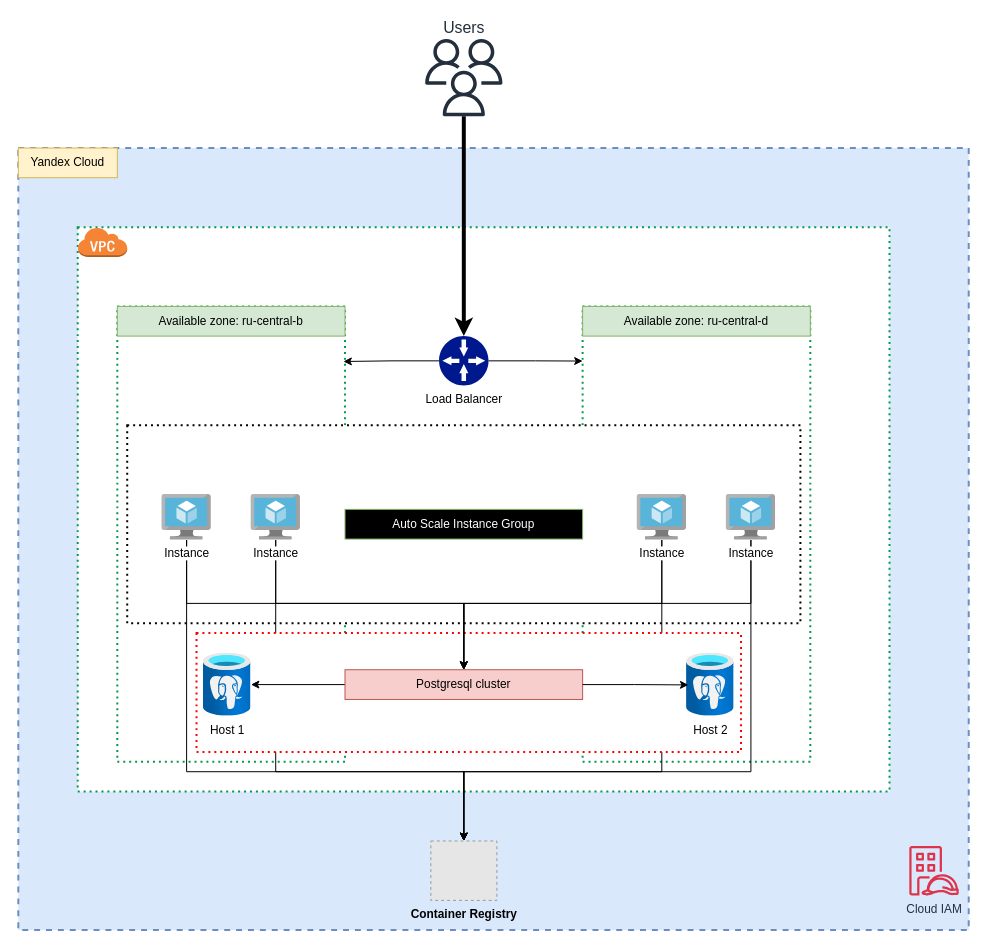
Above: project/Schema.drawio in Torenok/OTUS_Labs (draw.io), before the change. Source tidied: cells renumbered, new cells numbered last; positions are measured from the earlier drawing's top-left corner, leaving out a move shared by most shapes. Both pictures are drawn from the tidied source at 99%, with x=0, y=0 at pixel (18, 39). Pictures stored in the file or linked from it are replaced by grey dashed boxes.
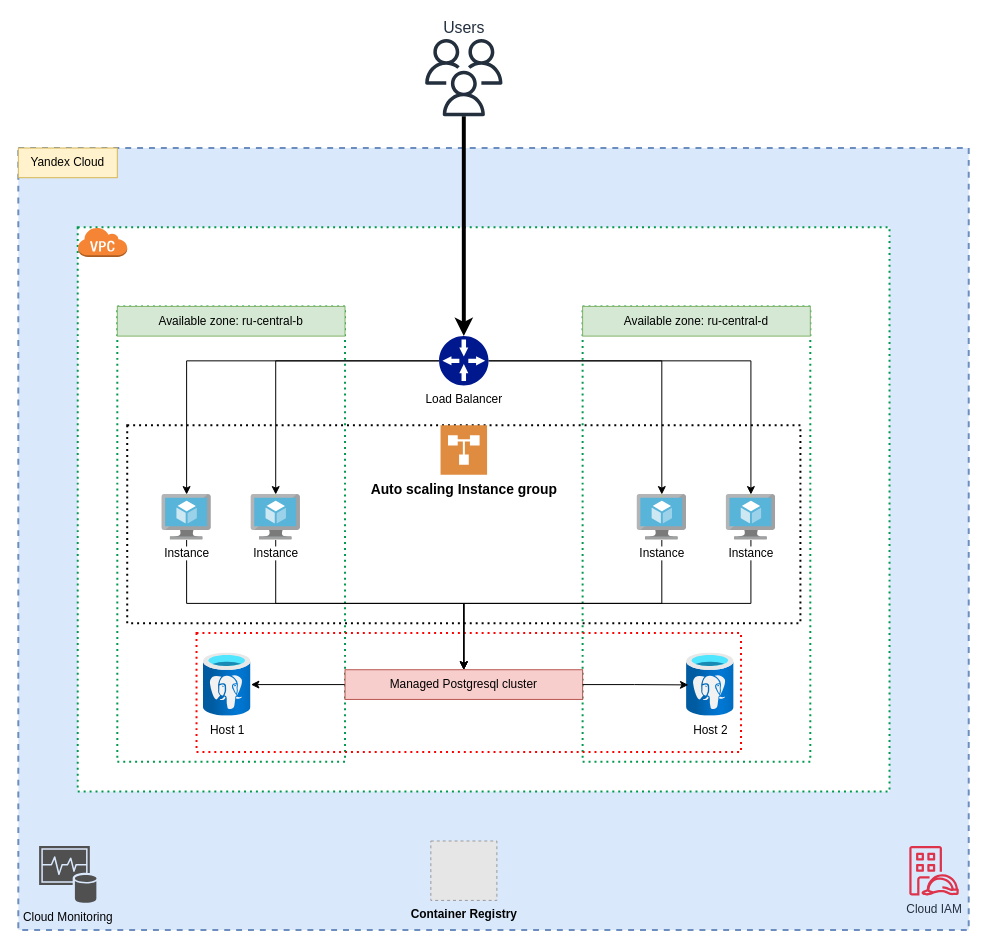
The same diagram, later.

The change refers to these unchanged cells:
```xml
<mxCell id="6" value="Load Balancer" style="shadow=0;dashed=0;html=1;strokeColor=none;labelPosition=center;verticalLabelPosition=bottom;verticalAlign=top;align=center;fillColor=#00188D;shape=mxgraph.mscae.enterprise.gateway;" parent="1" vertex="1">
  <mxGeometry x="425" y="300" width="50" height="50" as="geometry" />
</mxCell>
<mxCell id="19" value="&lt;b style=&quot;border-color: var(--border-color);&quot;&gt;Container Registry&lt;/b&gt;" style="fillColor=#E6E6E6;strokeColor=#999999;dashed=1;html=1;verticalLabelPosition=bottom;labelBackgroundColor=none;verticalAlign=top;" parent="1" vertex="1">
  <mxGeometry x="416.7" y="810" width="66.7" height="60" as="geometry" />
</mxCell>
<mxCell id="30" value="Instance" style="image;html=1;points=[];align=center;fontSize=12;image=img/lib/mscae/Virtual_Machine.svg;" parent="1" vertex="1">
  <mxGeometry x="625" y="460" width="50" height="46" as="geometry" />
</mxCell>
<mxCell id="31" value="Instance" style="image;html=1;points=[];align=center;fontSize=12;image=img/lib/mscae/Virtual_Machine.svg;" parent="1" vertex="1">
  <mxGeometry x="715" y="460" width="50" height="46" as="geometry" />
</mxCell>
<mxCell id="32" value="Instance" style="image;html=1;points=[];align=center;fontSize=12;image=img/lib/mscae/Virtual_Machine.svg;" parent="1" vertex="1">
  <mxGeometry x="235" y="460" width="50" height="46" as="geometry" />
</mxCell>
<mxCell id="33" value="Instance" style="image;html=1;points=[];align=center;fontSize=12;image=img/lib/mscae/Virtual_Machine.svg;" parent="1" vertex="1">
  <mxGeometry x="145" y="460" width="50" height="46" as="geometry" />
</mxCell>
```

Diff of the diagram source:
```diff
@@
-    <mxCell id="4" style="rounded=0;whiteSpace=wrap;html=1;dashed=1;dashPattern=1 2;strokeColor=#00994D;align=left;strokeWidth=2;" parent="1" vertex="1">
+    <mxCell id="4" style="rounded=0;whiteSpace=wrap;html=1;dashed=1;dashPattern=1 2;strokeColor=#00994D;align=left;strokeWidth=2;fillColor=none;" parent="1" vertex="1">
       <mxGeometry x="570" y="270" width="230" height="460" as="geometry" />
     </mxCell>
@@
+    <mxCell id="37" style="edgeStyle=orthogonalEdgeStyle;rounded=0;jettySize=auto;html=1;" parent="1" edge="1" source="6" target="33">
+      <mxGeometry relative="1" as="geometry" />
+    </mxCell>
+    <mxCell id="38" style="edgeStyle=orthogonalEdgeStyle;rounded=0;jettySize=auto;html=1;" parent="1" edge="1" source="6" target="31">
+      <mxGeometry relative="1" as="geometry" />
+    </mxCell>
@@
-    <mxCell id="8" style="rounded=0;whiteSpace=wrap;html=1;dashed=1;dashPattern=1 2;strokeColor=#00994D;align=left;strokeWidth=2;" parent="1" vertex="1">
+    <mxCell id="8" style="rounded=0;whiteSpace=wrap;html=1;dashed=1;dashPattern=1 2;strokeColor=#00994D;align=left;strokeWidth=2;fixDash=0;fillColor=none;" parent="1" vertex="1">
       <mxGeometry x="100" y="270" width="230" height="460" as="geometry" />
     </mxCell>
@@
-    <mxCell id="10" style="rounded=0;whiteSpace=wrap;html=1;fillStyle=auto;dashed=1;dashPattern=1 2;strokeWidth=2;" parent="1" vertex="1">
+    <mxCell id="10" style="rounded=0;whiteSpace=wrap;html=1;fillStyle=auto;dashed=1;dashPattern=1 2;strokeWidth=2;noLabel=0;fillColor=none;" parent="1" vertex="1">
       <mxGeometry x="110" y="390" width="680" height="200" as="geometry" />
     </mxCell>
@@
-    <mxCell id="12" style="edgeStyle=orthogonalEdgeStyle;rounded=0;jettySize=auto;html=1;" parent="1" edge="1" source="31" target="19">
-      <mxGeometry relative="1" as="geometry">
-        <Array as="points">
-          <mxPoint x="740" y="740" />
-          <mxPoint x="450" y="740" />
-        </Array>
-      </mxGeometry>
-    </mxCell>
-    <mxCell id="13" style="edgeStyle=orthogonalEdgeStyle;rounded=0;jettySize=auto;html=1;" parent="1" edge="1" source="30" target="19">
-      <mxGeometry relative="1" as="geometry">
-        <Array as="points">
-          <mxPoint x="650" y="740" />
-          <mxPoint x="450" y="740" />
-        </Array>
-      </mxGeometry>
-    </mxCell>
-    <mxCell id="14" style="edgeStyle=orthogonalEdgeStyle;rounded=0;jettySize=auto;html=1;entryX=0.5;entryY=0;entryDx=0;entryDy=0;" parent="1" edge="1" source="32" target="19">
-      <mxGeometry relative="1" as="geometry">
-        <Array as="points">
-          <mxPoint x="260" y="740" />
-          <mxPoint x="450" y="740" />
-        </Array>
-      </mxGeometry>
-    </mxCell>
-    <mxCell id="15" style="edgeStyle=orthogonalEdgeStyle;rounded=0;jettySize=auto;html=1;" parent="1" edge="1" source="33" target="19">
-      <mxGeometry relative="1" as="geometry">
-        <Array as="points">
-          <mxPoint x="170" y="740" />
-          <mxPoint x="450" y="740" />
-        </Array>
-      </mxGeometry>
-    </mxCell>
-    <mxCell id="16" value="Auto Scale Instance Group" style="text;html=1;strokeColor=#82b366;fillColor=#000000;align=center;verticalAlign=middle;whiteSpace=wrap;rounded=0;gradientColor=none;fontColor=#ffffff;" parent="1" vertex="1">
-      <mxGeometry x="330" y="475" width="240" height="30" as="geometry" />
-    </mxCell>
@@
-    <mxCell id="20" style="rounded=0;whiteSpace=wrap;html=1;dashed=1;dashPattern=1 2;strokeColor=#ff0000;align=left;strokeWidth=2;" parent="1" vertex="1">
+    <mxCell id="20" style="rounded=0;whiteSpace=wrap;html=1;dashed=1;dashPattern=1 2;strokeColor=#ff0000;align=left;strokeWidth=2;fillColor=none;" parent="1" vertex="1">
       <mxGeometry x="180" y="600" width="550" height="120" as="geometry" />
     </mxCell>
@@
-    <mxCell id="24" value="Postgresql cluster" style="text;html=1;strokeColor=#b85450;fillColor=#f8cecc;align=center;verticalAlign=middle;whiteSpace=wrap;rounded=0;" parent="1" vertex="1">
+    <mxCell id="24" value="Managed Postgresql cluster" style="text;html=1;strokeColor=#b85450;fillColor=#f8cecc;align=center;verticalAlign=middle;whiteSpace=wrap;rounded=0;" parent="1" vertex="1">
       <mxGeometry x="330" y="637" width="240" height="30" as="geometry" />
     </mxCell>
@@
-    <mxCell id="34" style="edgeStyle=orthogonalEdgeStyle;rounded=0;jettySize=auto;html=1;entryX=0;entryY=0.12;entryDx=0;entryDy=0;entryPerimeter=0;" parent="1" edge="1" source="6" target="4">
+    <mxCell id="34" style="edgeStyle=orthogonalEdgeStyle;rounded=0;jettySize=auto;html=1;" parent="1" edge="1" source="6" target="30">
       <mxGeometry relative="1" as="geometry" />
     </mxCell>
-    <mxCell id="35" style="edgeStyle=orthogonalEdgeStyle;rounded=0;jettySize=auto;html=1;entryX=0.993;entryY=0.121;entryDx=0;entryDy=0;entryPerimeter=0;" parent="1" edge="1" source="6" target="8">
+    <mxCell id="35" style="edgeStyle=orthogonalEdgeStyle;rounded=0;jettySize=auto;html=1;" parent="1" edge="1" source="6" target="32">
       <mxGeometry relative="1" as="geometry" />
     </mxCell>
@@
+    <mxCell id="39" value="&lt;b&gt;&lt;font style=&quot;font-size: 14px;&quot;&gt;Auto scaling Instance group&lt;/font&gt;&lt;/b&gt;" style="sketch=0;shadow=0;dashed=0;html=1;strokeColor=none;fillColor=#DF8C42;labelPosition=center;verticalLabelPosition=bottom;verticalAlign=top;align=center;shape=mxgraph.veeam2.scale_out_backup_repository2;" parent="1" vertex="1">
+      <mxGeometry x="426.5" y="390" width="47" height="50" as="geometry" />
+    </mxCell>
+    <mxCell id="40" value="Cloud Monitoring" style="sketch=0;shadow=0;dashed=0;html=1;strokeColor=none;fillColor=#505050;labelPosition=center;verticalLabelPosition=bottom;verticalAlign=top;align=center;shape=mxgraph.office.databases.monitoring_store;" parent="1" vertex="1">
+      <mxGeometry x="21" y="815" width="58" height="58" as="geometry" />
+    </mxCell>
```
